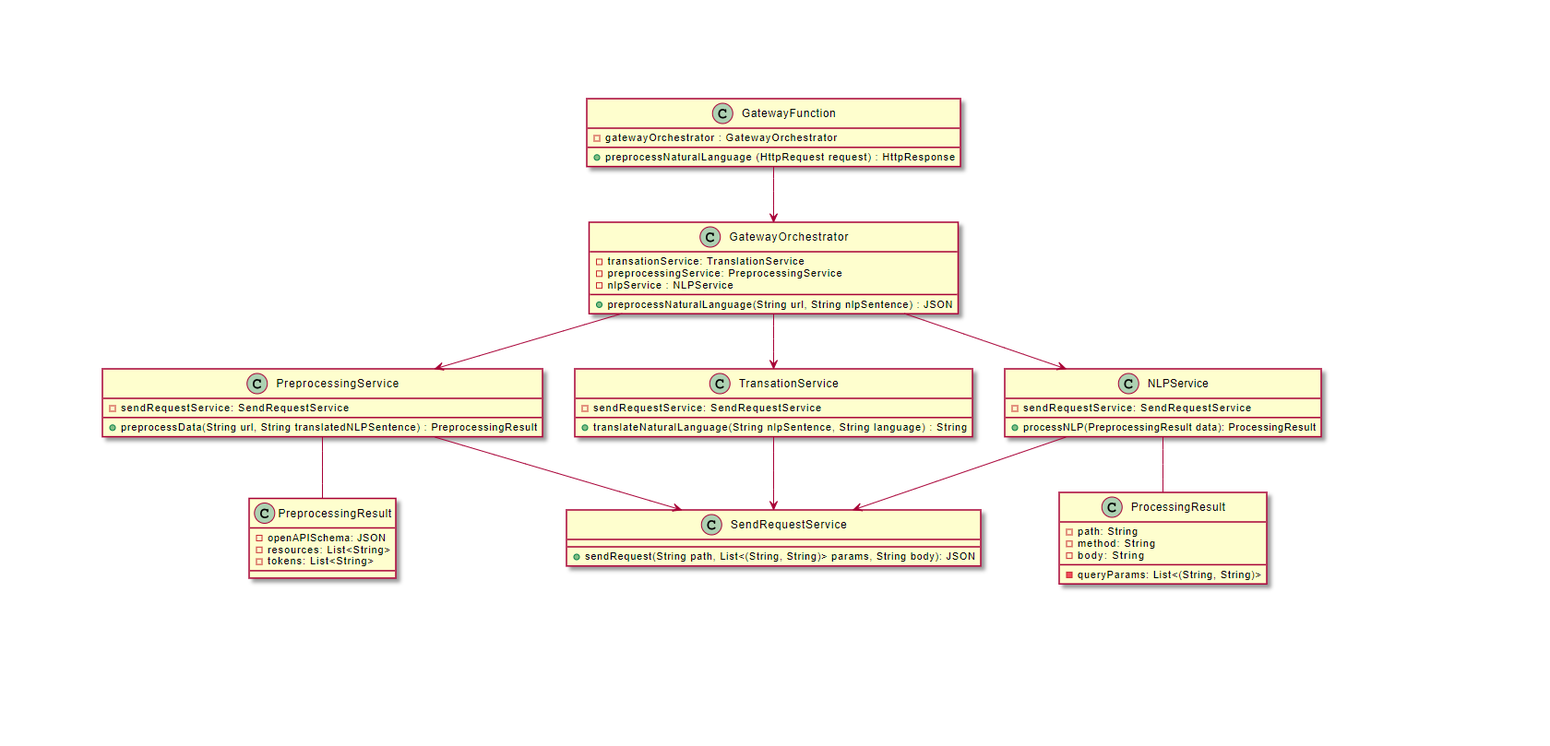
Roxanica123/WADe-RAT keeps this PlantUML diagram as diagrams/uml-gateway.png. Above is the earlier version. Its source is kept beside it as diagrams/uml-gateway.puml.
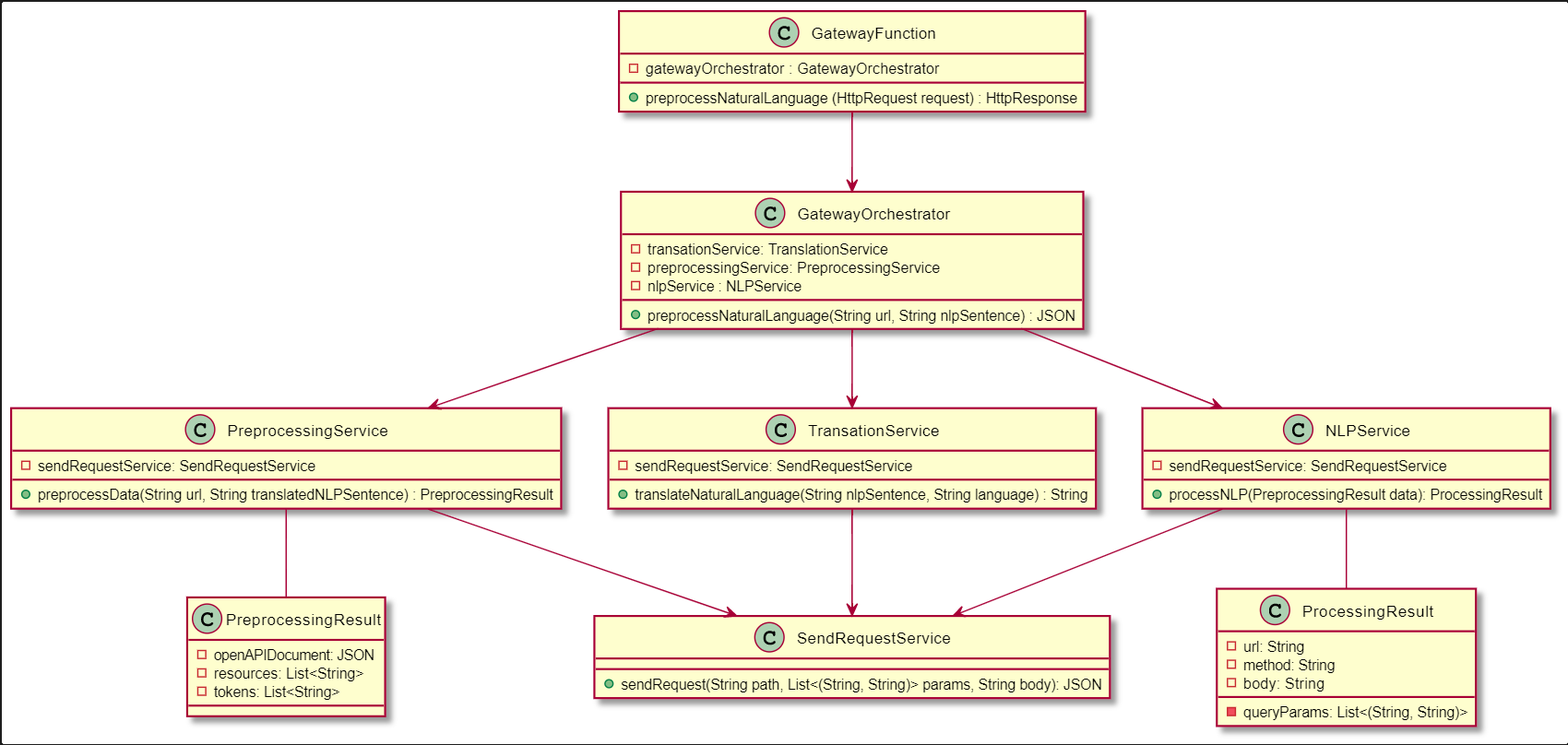
The same file after the commit.

What changed in the source:
```diff
@@ -1,13 +1,13 @@
 @startuml API Gateway
 
 class PreprocessingResult{
-    -openAPISchema: JSON
+    -openAPIDocument: JSON
     -resources: List<String>
     -tokens: List<String>
 }
 
 class ProcessingResult{
-    -path: String
+    -url: String
     -method: String
     -queryParams: List<(String, String)>
     -body:  String
```
